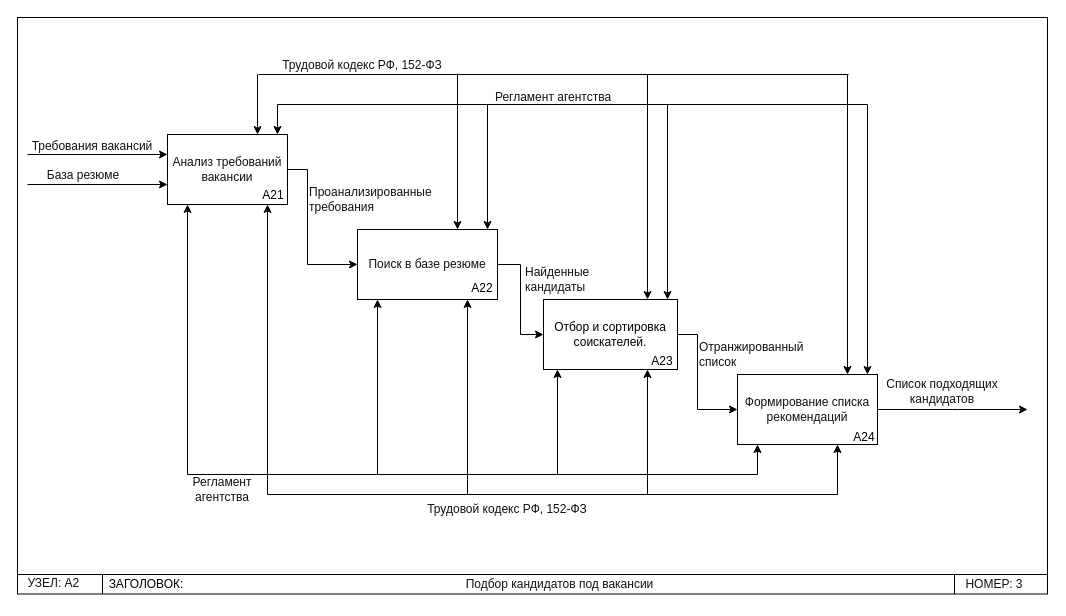
Above: page "Страница-3" (3 of 4) of пррр.drawio in Dasha-Angel/work (draw.io), before the change. Source tidied: cells renumbered, new cells numbered last; positions are measured from the earlier drawing's top-left corner, leaving out a move shared by most shapes. Both pictures are drawn from the tidied source at 100%, with x=0, y=0 at pixel (17, 17).
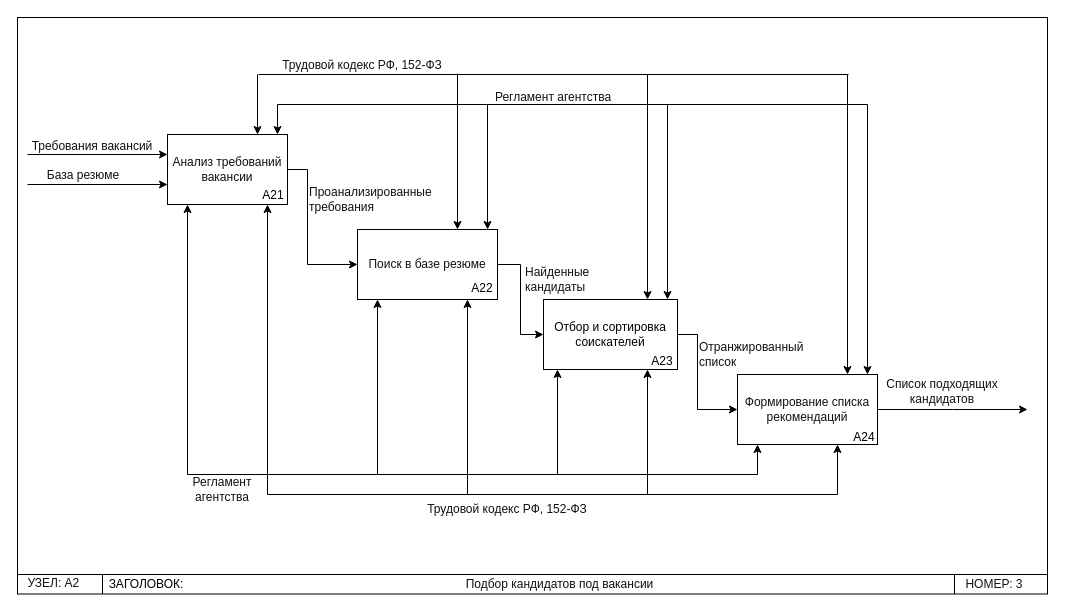
The same page after the edit.

Change to the diagram source:
```diff
@@
-    <mxCell id="13" value="&lt;font face=&quot;Helvetica&quot;&gt;Отбор и сортировка соискателей.&lt;/font&gt;" style="whiteSpace=wrap;html=1;" parent="1" vertex="1">
+    <mxCell id="13" value="&lt;font face=&quot;Helvetica&quot;&gt;Отбор и сортировка соискателей&lt;/font&gt;" style="whiteSpace=wrap;html=1;" parent="1" vertex="1">
       <mxGeometry x="526" y="282" width="134" height="70" as="geometry" />
     </mxCell>
```
